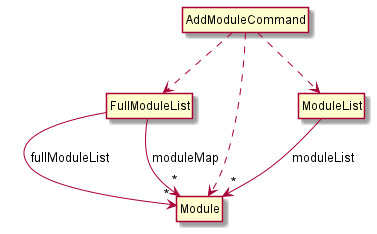
Before: docs/images/ModuleComponentDiagram.png, a diagram exported from PlantUML (nus-cs2113-AY2122S1/tp).
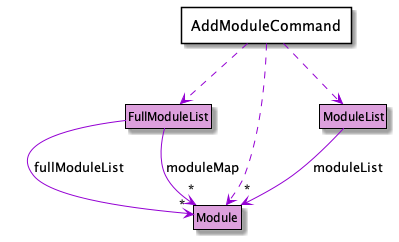
After the commit.

What changed in the source:
```diff
@@ -1,19 +1,21 @@
 @startuml
+!include Style.puml
 hide Circle
 skinparam classAttributeIconSize 0
 
-class Module
-class ModuleList
-class FullModuleList
+class Module MODEL_COLOR
+class ModuleList MODEL_COLOR
+class FullModuleList MODEL_COLOR
 
-ModuleList -down-> "*" Module : moduleList
-FullModuleList -> "*" Module : fullModuleList
-FullModuleList -> "*" Module : moduleMap
+ModuleList -down[MODEL_COLOR_T1]-> "*" Module : moduleList
+FullModuleList -[MODEL_COLOR_T1]> "*" Module : fullModuleList
+FullModuleList -[MODEL_COLOR_T1]> "*" Module : moduleMap
 
 hide members
 
-class AddModuleCommand
-AddModuleCommand ..> Module
-AddModuleCommand ..> ModuleList
-AddModuleCommand ..> FullModuleList
+package "AddModuleCommand" <<Rectangle>> {
+}
+AddModuleCommand .[MODEL_COLOR_T1].> Module
+AddModuleCommand .[MODEL_COLOR_T1].> ModuleList
+AddModuleCommand .[MODEL_COLOR_T1].> FullModuleList
 @enduml
```
